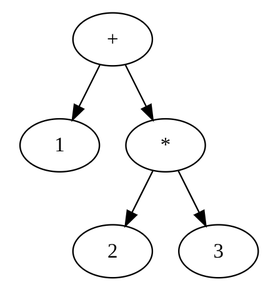
luisespino/compilers keeps this Graphviz diagram as figure-5-10/flex-bison-c/tree.png. Above is the earlier version. Its source is kept beside it as figure-5-10/flex-bison-c/tree.dot.
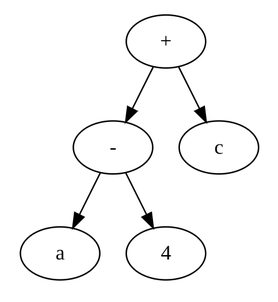
After the change.

Diff of the diagram source:
```diff
@@ -1,12 +1,12 @@
 digraph AST {
     node [shape=ellipse];
-    5 [label="+"];
-    6 [label="1"];
-    7 [label="*"];
-    8 [label="2"];
-    9 [label="3"];
-    7 -> 8;
-    7 -> 9;
-    5 -> 6;
-    5 -> 7;
+    0 [label="+"];
+    1 [label="-"];
+    2 [label="a"];
+    3 [label="4"];
+    1 -> 2;
+    1 -> 3;
+    4 [label="c"];
+    0 -> 1;
+    0 -> 4;
 }
```
